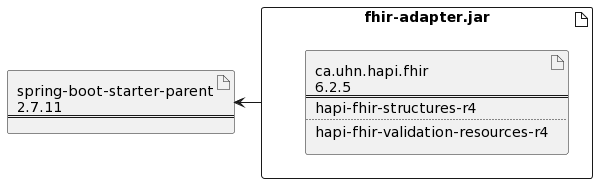
Earlier version of the PlantUML export Implementation/fhir-adapter/docs/plantuml/deployment.png (ehealthsuisse/Impfmodul-Phase-I). The source it was exported from:
```plantuml
@startuml
artifact SpringbootParent [
  spring-boot-starter-parent
  2.7.11
  ====
]

artifact fhir_adapter as "fhir-adapter.jar" {

  artifact fhir [
    ca.uhn.hapi.fhir
    6.2.5
    ====
    hapi-fhir-structures-r4
    ....
    hapi-fhir-validation-resources-r4
  ]

}

SpringbootParent <-r- fhir_adapter
@enduml
```
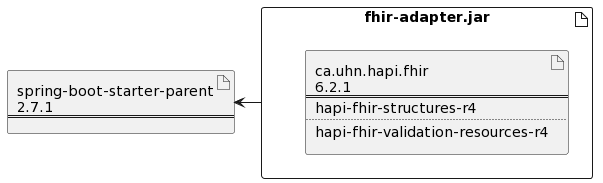
The same diagram one commit later.

Diff of the diagram source:
```diff
@@ -1,7 +1,7 @@
 @startuml
 artifact SpringbootParent [
   spring-boot-starter-parent
-  2.7.11
+  2.7.1
   ====
 ]
 
@@ -9,7 +9,7 @@
 
   artifact fhir [
     ca.uhn.hapi.fhir
-    6.2.5
+    6.2.1
     ====
     hapi-fhir-structures-r4
     ....
```
